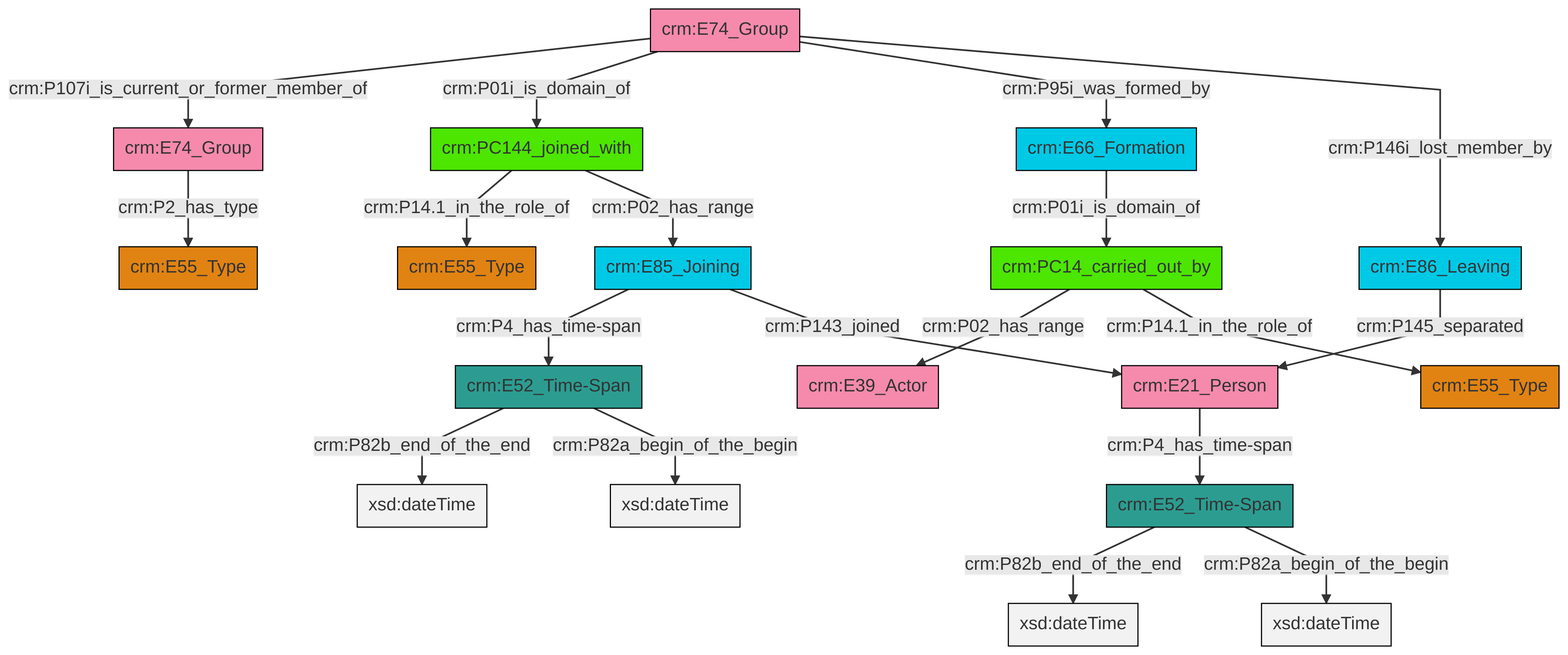
Earlier version of the Mermaid export et/groupCSV/ttl/mmd/png/group_actor_relations.png (swiss-art-research-net/reference-data-models). Its source is kept beside it as et/groupCSV/ttl/mmd/group_actor_relations.ttl.mmd.
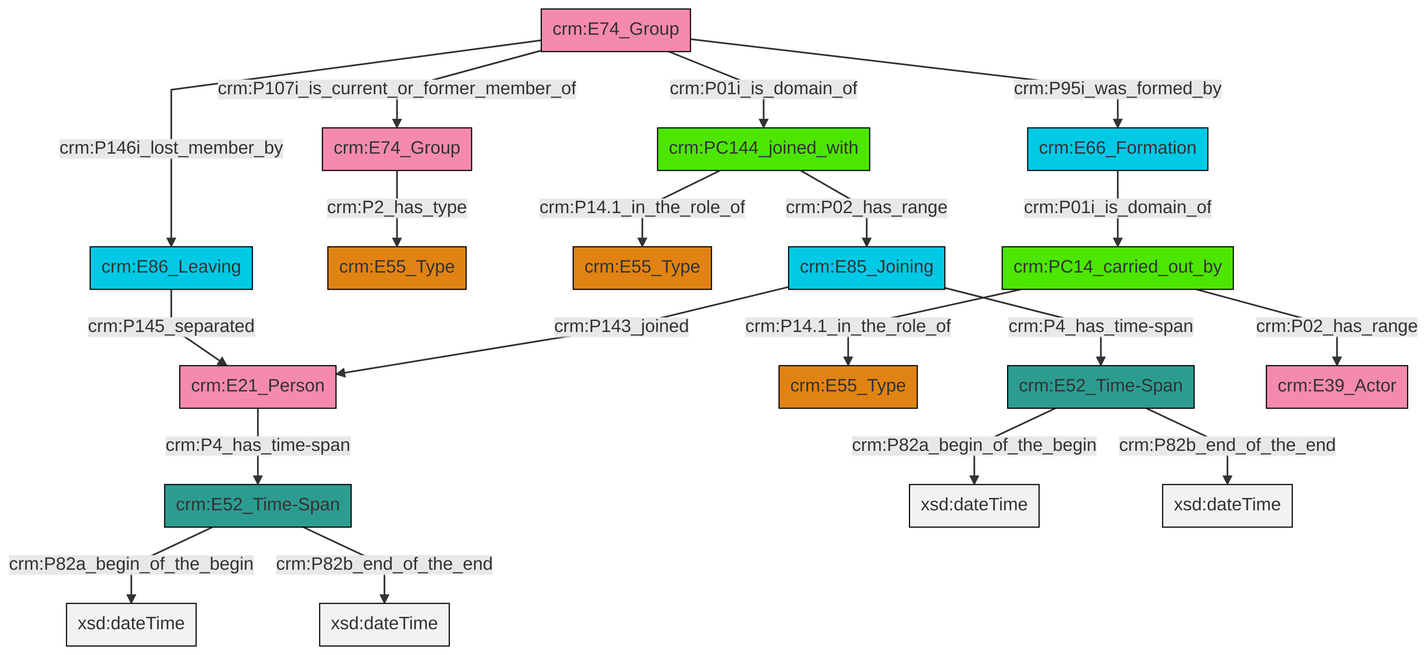
After the change.

What changed in the source:
```diff
@@ -13,21 +13,21 @@
 classDef PC_Classes fill:#4ce600, stroke:#000000;
 classDef Multi fill:#cccccc,stroke:#000000;
 
-2["crm:E52_Time-Span"]:::Time-Span -->|crm:P82b_end_of_the_end| 4[xsd:dateTime]:::Literal
-5["crm:E66_Formation"]:::Temporal_Entity -->|crm:P01i_is_domain_of| 6["crm:PC14_carried_out_by"]:::PC_Classes
-16["crm:E74_Group"]:::Actor -->|crm:P107i_is_current_or_former_member_of| 7["crm:E74_Group"]:::Actor
-0["crm:E52_Time-Span"]:::Time-Span -->|crm:P82b_end_of_the_end| 17[xsd:dateTime]:::Literal
-11["crm:PC144_joined_with"]:::PC_Classes -->|crm:P14.1_in_the_role_of| 14["crm:E55_Type"]:::Type
-18["crm:E21_Person"]:::Actor -->|crm:P4_has_time-span| 0["crm:E52_Time-Span"]:::Time-Span
-16["crm:E74_Group"]:::Actor -->|crm:P01i_is_domain_of| 11["crm:PC144_joined_with"]:::PC_Classes
-6["crm:PC14_carried_out_by"]:::PC_Classes -->|crm:P02_has_range| 9["crm:E39_Actor"]:::Actor
-7["crm:E74_Group"]:::Actor -->|crm:P2_has_type| 20["crm:E55_Type"]:::Type
-16["crm:E74_Group"]:::Actor -->|crm:P95i_was_formed_by| 5["crm:E66_Formation"]:::Temporal_Entity
-24["crm:E85_Joining"]:::Temporal_Entity -->|crm:P4_has_time-span| 2["crm:E52_Time-Span"]:::Time-Span
-0["crm:E52_Time-Span"]:::Time-Span -->|crm:P82a_begin_of_the_begin| 26[xsd:dateTime]:::Literal
-2["crm:E52_Time-Span"]:::Time-Span -->|crm:P82a_begin_of_the_begin| 27[xsd:dateTime]:::Literal
-16["crm:E74_Group"]:::Actor -->|crm:P146i_lost_member_by| 30["crm:E86_Leaving"]:::Temporal_Entity
-6["crm:PC14_carried_out_by"]:::PC_Classes -->|crm:P14.1_in_the_role_of| 31["crm:E55_Type"]:::Type
-24["crm:E85_Joining"]:::Temporal_Entity -->|crm:P143_joined| 18["crm:E21_Person"]:::Actor
-30["crm:E86_Leaving"]:::Temporal_Entity -->|crm:P145_separated| 18["crm:E21_Person"]:::Actor
-11["crm:PC144_joined_with"]:::PC_Classes -->|crm:P02_has_range| 24["crm:E85_Joining"]:::Temporal_Entity
+0["crm:E85_Joining"]:::Temporal_Entity -->|crm:P143_joined| 1["crm:E21_Person"]:::Actor
+2["crm:E74_Group"]:::Actor -->|crm:P2_has_type| 3["crm:E55_Type"]:::Type
+8["crm:E74_Group"]:::Actor -->|crm:P01i_is_domain_of| 9["crm:PC144_joined_with"]:::PC_Classes
+9["crm:PC144_joined_with"]:::PC_Classes -->|crm:P02_has_range| 0["crm:E85_Joining"]:::Temporal_Entity
+1["crm:E21_Person"]:::Actor -->|crm:P4_has_time-span| 10["crm:E52_Time-Span"]:::Time-Span
+8["crm:E74_Group"]:::Actor -->|crm:P95i_was_formed_by| 11["crm:E66_Formation"]:::Temporal_Entity
+13["crm:E52_Time-Span"]:::Time-Span -->|crm:P82a_begin_of_the_begin| 14[xsd:dateTime]:::Literal
+9["crm:PC144_joined_with"]:::PC_Classes -->|crm:P14.1_in_the_role_of| 6["crm:E55_Type"]:::Type
+8["crm:E74_Group"]:::Actor -->|crm:P107i_is_current_or_former_member_of| 2["crm:E74_Group"]:::Actor
+10["crm:E52_Time-Span"]:::Time-Span -->|crm:P82a_begin_of_the_begin| 16[xsd:dateTime]:::Literal
+11["crm:E66_Formation"]:::Temporal_Entity -->|crm:P01i_is_domain_of| 19["crm:PC14_carried_out_by"]:::PC_Classes
+19["crm:PC14_carried_out_by"]:::PC_Classes -->|crm:P02_has_range| 21["crm:E39_Actor"]:::Actor
+23["crm:E86_Leaving"]:::Temporal_Entity -->|crm:P145_separated| 1["crm:E21_Person"]:::Actor
+10["crm:E52_Time-Span"]:::Time-Span -->|crm:P82b_end_of_the_end| 26[xsd:dateTime]:::Literal
+8["crm:E74_Group"]:::Actor -->|crm:P146i_lost_member_by| 23["crm:E86_Leaving"]:::Temporal_Entity
+0["crm:E85_Joining"]:::Temporal_Entity -->|crm:P4_has_time-span| 13["crm:E52_Time-Span"]:::Time-Span
+13["crm:E52_Time-Span"]:::Time-Span -->|crm:P82b_end_of_the_end| 33[xsd:dateTime]:::Literal
+19["crm:PC14_carried_out_by"]:::PC_Classes -->|crm:P14.1_in_the_role_of| 4["crm:E55_Type"]:::Type
```
